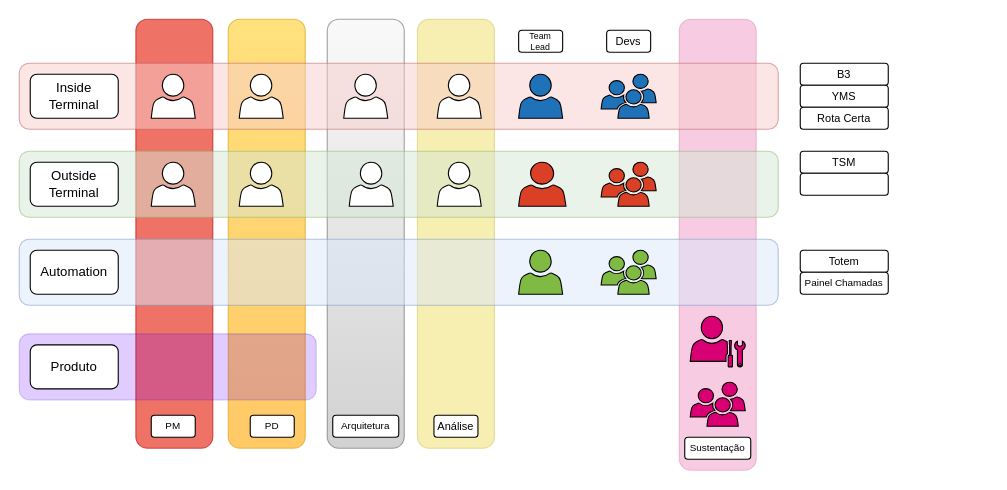
Above: page "Página-1" (1 of 3) of Diagrama sem nome.drawio in marcelopedroso/yms_tech (draw.io), before the change. Source tidied: cells renumbered, new cells numbered last; positions are measured from the earlier drawing's top-left corner, leaving out a move shared by most shapes. Both pictures are drawn from the tidied source at 110%, with x=0, y=0 at pixel (19, 19).
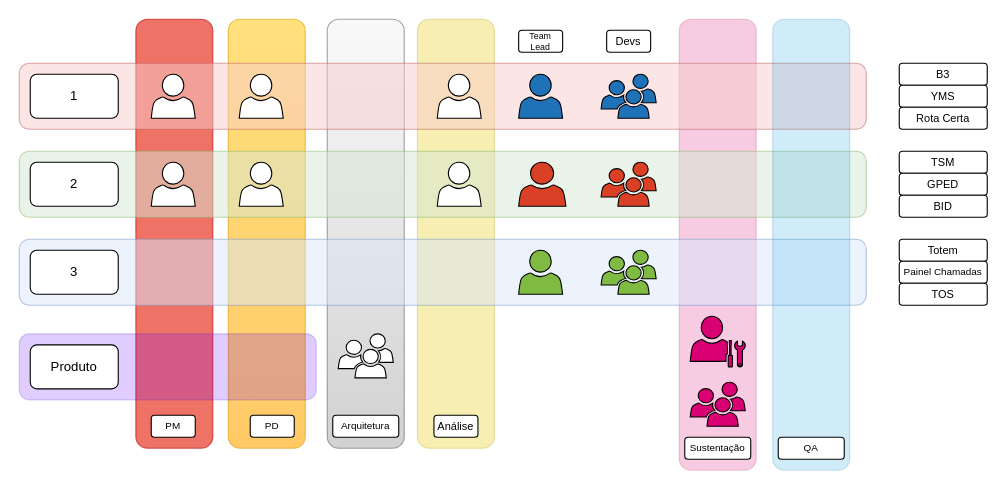
After the change.

What changed in the source:
```diff
@@
     <mxCell id="8" style="rounded=1;whiteSpace=wrap;html=1;fillStyle=auto;opacity=50;fillColor=#dae8fc;strokeColor=#6c8ebf;" parent="1" vertex="1">
-      <mxGeometry y="200" width="690" height="60" as="geometry" />
+      <mxGeometry y="200" width="770" height="60" as="geometry" />
     </mxCell>
     <mxCell id="9" style="rounded=1;whiteSpace=wrap;html=1;fillStyle=auto;opacity=50;fillColor=#f8cecc;strokeColor=#b85450;" parent="1" vertex="1">
-      <mxGeometry y="40" width="690" height="60" as="geometry" />
+      <mxGeometry y="40" width="770" height="60" as="geometry" />
     </mxCell>
     <mxCell id="10" style="rounded=1;whiteSpace=wrap;html=1;fillStyle=auto;opacity=50;fillColor=#d5e8d4;strokeColor=#82b366;" parent="1" vertex="1">
-      <mxGeometry y="120" width="690" height="60" as="geometry" />
+      <mxGeometry y="120" width="770" height="60" as="geometry" />
     </mxCell>
@@
     <mxCell id="23" value="B3" style="rounded=1;whiteSpace=wrap;html=1;fontSize=10;" parent="1" vertex="1">
-      <mxGeometry x="710" y="40" width="80" height="20" as="geometry" />
+      <mxGeometry x="800" y="40" width="80" height="20" as="geometry" />
     </mxCell>
     <mxCell id="24" value="YMS" style="rounded=1;whiteSpace=wrap;html=1;fontSize=10;" parent="1" vertex="1">
-      <mxGeometry x="710" y="60" width="80" height="20" as="geometry" />
+      <mxGeometry x="800" y="60" width="80" height="20" as="geometry" />
     </mxCell>
     <mxCell id="25" value="TSM" style="rounded=1;whiteSpace=wrap;html=1;fontSize=10;" parent="1" vertex="1">
-      <mxGeometry x="710" y="120" width="80" height="20" as="geometry" />
+      <mxGeometry x="800" y="120" width="80" height="20" as="geometry" />
     </mxCell>
-    <mxCell id="26" style="rounded=1;whiteSpace=wrap;html=1;fontSize=10;" parent="1" vertex="1">
-      <mxGeometry x="710" y="140" width="80" height="20" as="geometry" />
+    <mxCell id="26" value="GPED" style="rounded=1;whiteSpace=wrap;html=1;fontSize=10;" parent="1" vertex="1">
+      <mxGeometry x="800" y="140" width="80" height="20" as="geometry" />
     </mxCell>
     <mxCell id="27" value="Rota Certa" style="rounded=1;whiteSpace=wrap;html=1;fontSize=10;" parent="1" vertex="1">
-      <mxGeometry x="710" y="80" width="80" height="20" as="geometry" />
+      <mxGeometry x="800" y="80" width="80" height="20" as="geometry" />
     </mxCell>
     <mxCell id="28" value="Totem" style="rounded=1;whiteSpace=wrap;html=1;fontSize=10;" parent="1" vertex="1">
-      <mxGeometry x="710" y="210" width="80" height="20" as="geometry" />
+      <mxGeometry x="800" y="200" width="80" height="20" as="geometry" />
     </mxCell>
     <mxCell id="29" value="Painel Chamadas" style="rounded=1;whiteSpace=wrap;html=1;fontSize=9;" parent="1" vertex="1">
-      <mxGeometry x="710" y="230" width="80" height="20" as="geometry" />
+      <mxGeometry x="800" y="220" width="80" height="20" as="geometry" />
     </mxCell>
-    <mxCell id="30" value="Inside Terminal" style="rounded=1;whiteSpace=wrap;html=1;fillColor=#FFFFFF;" parent="1" vertex="1">
+    <mxCell id="30" value="1" style="rounded=1;whiteSpace=wrap;html=1;fillColor=#FFFFFF;" parent="1" vertex="1">
       <mxGeometry x="10" y="50" width="80" height="40" as="geometry" />
     </mxCell>
-    <mxCell id="31" value="Automation" style="rounded=1;whiteSpace=wrap;html=1;fillColor=#FFFFFF;" parent="1" vertex="1">
+    <mxCell id="31" value="3" style="rounded=1;whiteSpace=wrap;html=1;fillColor=#FFFFFF;" parent="1" vertex="1">
       <mxGeometry x="10" y="210" width="80" height="40" as="geometry" />
     </mxCell>
@@
-    <mxCell id="33" value="Outside Terminal" style="rounded=1;whiteSpace=wrap;html=1;fillColor=#FFFFFF;" parent="1" vertex="1">
+    <mxCell id="33" value="2" style="rounded=1;whiteSpace=wrap;html=1;fillColor=#FFFFFF;" parent="1" vertex="1">
       <mxGeometry x="10" y="130" width="80" height="40" as="geometry" />
     </mxCell>
@@
-    <mxCell id="37" style="sketch=0;shadow=0;dashed=0;html=1;labelPosition=center;verticalLabelPosition=bottom;verticalAlign=top;align=center;shape=mxgraph.office.users.user;" parent="1" vertex="1">
-      <mxGeometry x="295" y="50" width="40" height="40" as="geometry" />
-    </mxCell>
@@
-    <mxCell id="40" style="sketch=0;shadow=0;dashed=0;html=1;labelPosition=center;verticalLabelPosition=bottom;verticalAlign=top;align=center;shape=mxgraph.office.users.user;" parent="1" vertex="1">
-      <mxGeometry x="300" y="130" width="40" height="40" as="geometry" />
-    </mxCell>
@@
+    <mxCell id="45" value="BID" style="rounded=1;whiteSpace=wrap;html=1;fontSize=10;" parent="1" vertex="1">
+      <mxGeometry x="800" y="160" width="80" height="20" as="geometry" />
+    </mxCell>
+    <mxCell id="46" value="TOS" style="rounded=1;whiteSpace=wrap;html=1;fontSize=10;" parent="1" vertex="1">
+      <mxGeometry x="800" y="240" width="80" height="20" as="geometry" />
+    </mxCell>
+    <mxCell id="47" style="sketch=0;shadow=0;dashed=0;html=1;labelPosition=center;verticalLabelPosition=bottom;verticalAlign=top;align=center;shape=mxgraph.office.users.users;" parent="1" vertex="1">
+      <mxGeometry x="290" y="286" width="50" height="40" as="geometry" />
+    </mxCell>
+    <mxCell id="48" style="rounded=1;whiteSpace=wrap;html=1;fillStyle=auto;opacity=20;fillColor=#1ba1e2;strokeColor=#006EAF;fontColor=#ffffff;" parent="1" vertex="1">
+      <mxGeometry x="685" width="70" height="410" as="geometry" />
+    </mxCell>
+    <mxCell id="49" value="QA" style="rounded=1;whiteSpace=wrap;html=1;fillColor=#FFFFFF;fontSize=9;" parent="1" vertex="1">
+      <mxGeometry x="690" y="380" width="60" height="20" as="geometry" />
+    </mxCell>
```
